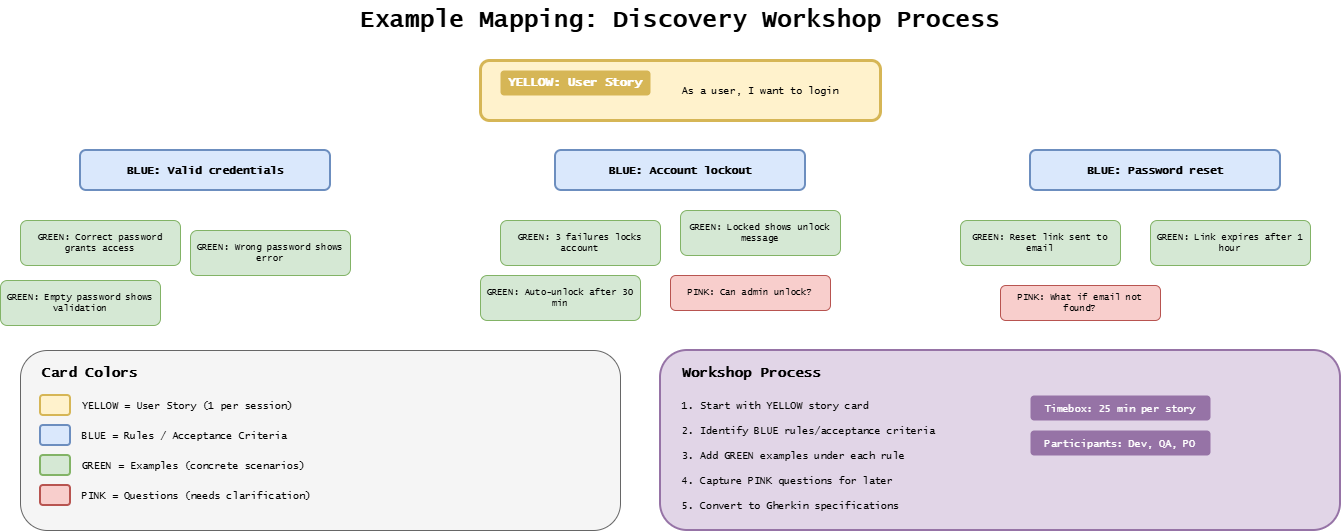
Earlier version of the draw.io export docs/assets/assisted/15-example-mapping-discovery.drawio.png (ready-to-release/eac). Source tidied: cells renumbered, new cells last; positions are measured from the earlier drawing's top-left corner, leaving out a move shared by most shapes.
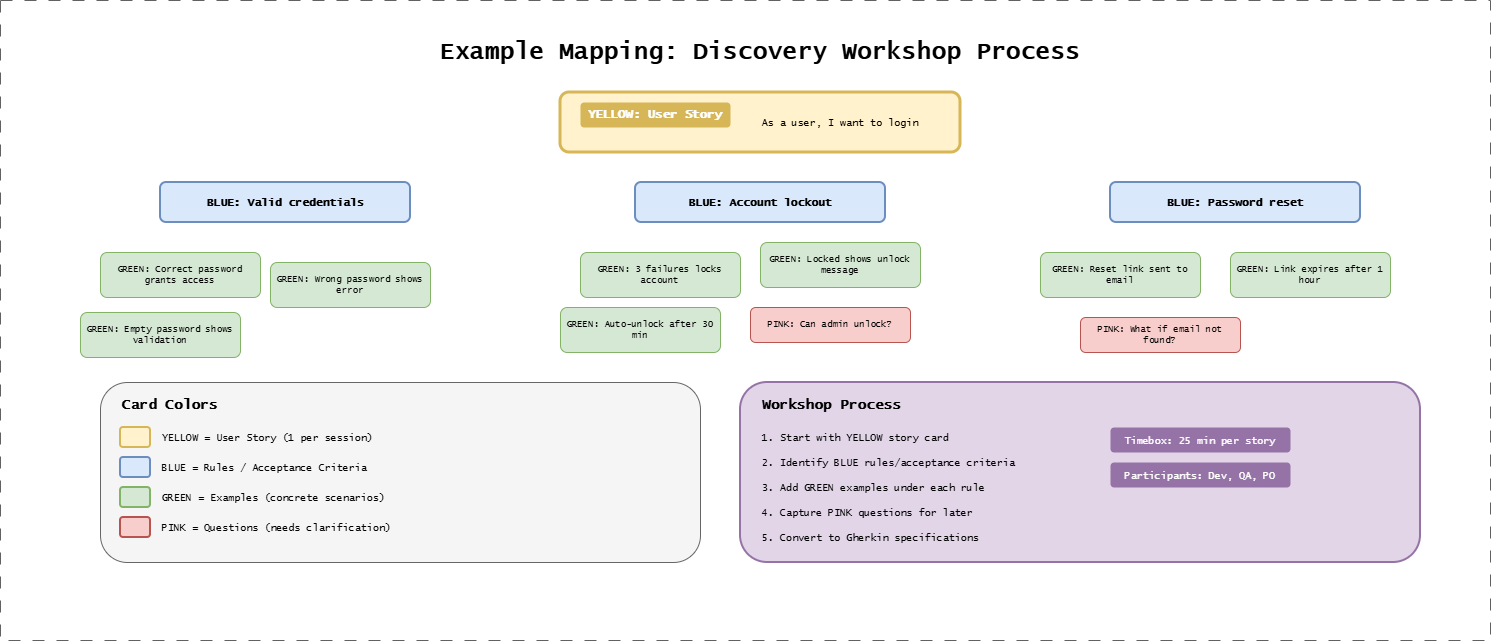
After the commit.

What changed in the source:
```diff
@@ -119,5 +119,8 @@
     <mxCell id="40" value="Participants: Dev, QA, PO" style="text;html=1;strokeColor=none;fillColor=#9673a6;align=center;verticalAlign=middle;whiteSpace=wrap;rounded=1;fontFamily=Lucida Console;fontSize=10;fontColor=#ffffff;" parent="1" vertex="1">
       <mxGeometry x="1030" y="430" width="180" height="25" as="geometry" />
     </mxCell>
+    <mxCell id="41" style="group;strokeColor=#616161;dashed=1;dashPattern=12 12;fontFamily=Lucida Console;fontSize=19;fontStyle=1;" parent="1" vertex="1">
+      <mxGeometry x="-80" y="-32" width="1490" height="640" as="geometry" />
+    </mxCell>
   </root>
 </mxGraphModel>
```
